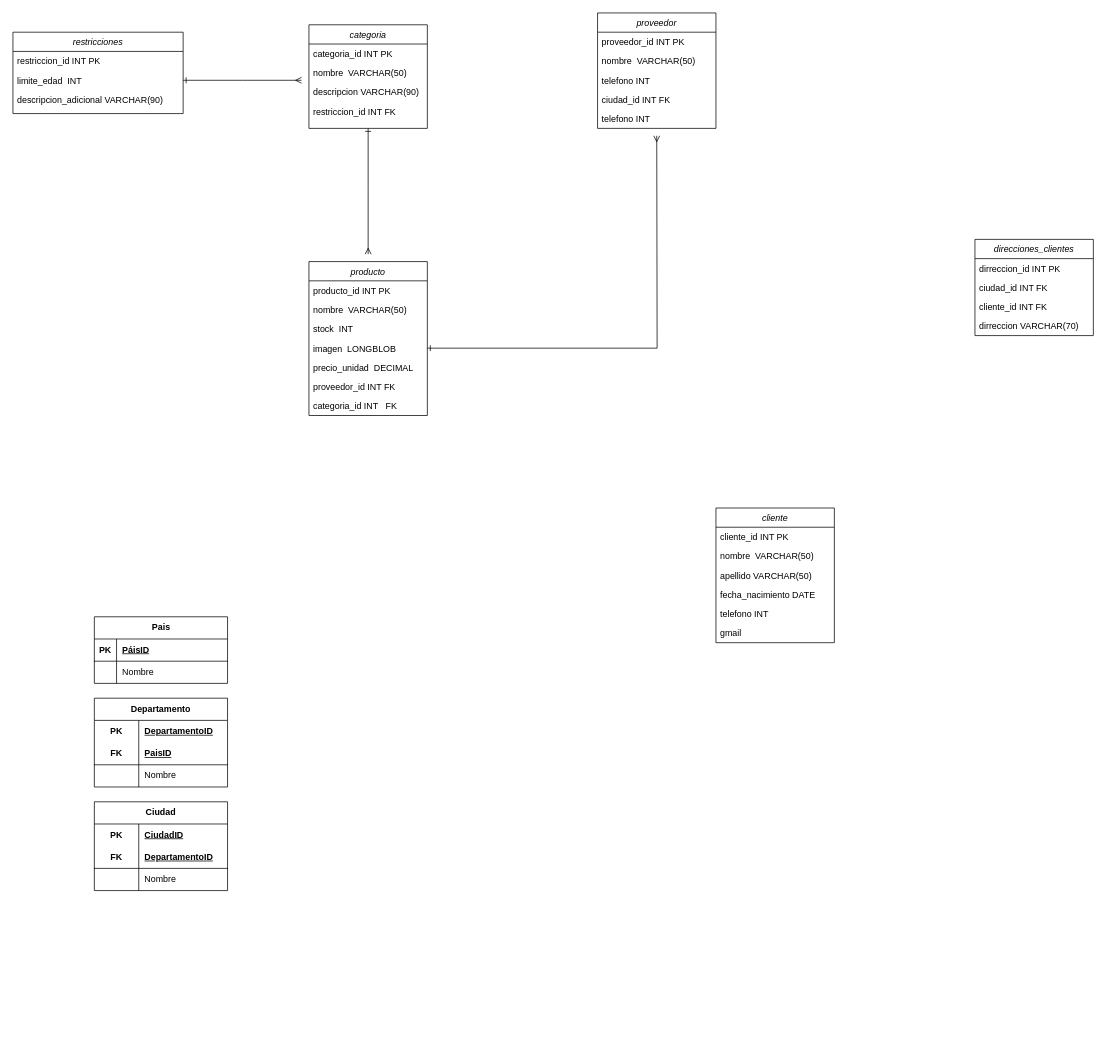
Angel-ISO/Diagramas keeps this draw.io diagram as DiagramaRelacional(proyecto final).drawio. Above is the earlier version. Source tidied: cells renumbered, new cells numbered last; positions are measured from the earlier drawing's top-left corner, leaving out a move shared by most shapes. Both pictures are drawn from the tidied source at 74%, with x=0, y=0 at pixel (13, 13).
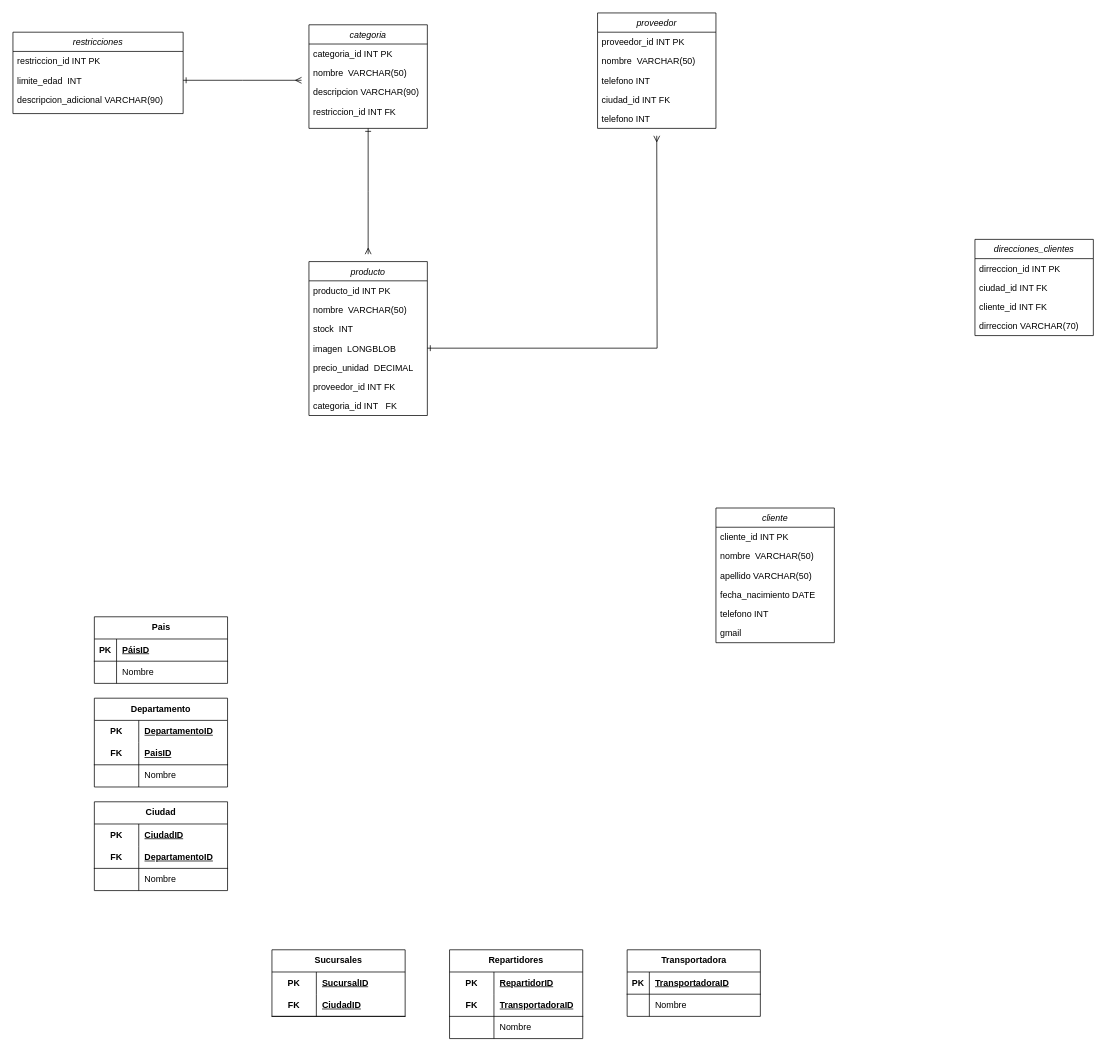
The same page after the edit.

Change to the diagram source:
```diff
@@
-    <mxCell id="35" value="direcciones_clientes" style="swimlane;fontStyle=2;align=center;verticalAlign=top;horizontal=1;startSize=26;rounded=0;shadow=0;strokeWidth=1;" parent="1" vertex="1">
-      <mxGeometry x="1300" y="306" width="160" height="130" as="geometry" />
-    </mxCell>
-    <mxCell id="36" value="dirreccion_id INT PK" style="text;align=left;verticalAlign=top;spacingLeft=4;spacingRight=4;overflow=hidden;" parent="35" vertex="1">
-      <mxGeometry y="26" width="160" height="26" as="geometry" />
-    </mxCell>
-    <mxCell id="37" value="ciudad_id INT FK" style="text;align=left;verticalAlign=top;spacingLeft=4;spacingRight=4;overflow=hidden;" parent="35" vertex="1">
-      <mxGeometry y="52" width="160" height="26" as="geometry" />
-    </mxCell>
-    <mxCell id="38" value="cliente_id INT FK" style="text;align=left;verticalAlign=top;spacingLeft=4;spacingRight=4;overflow=hidden;" parent="35" vertex="1">
-      <mxGeometry y="78" width="160" height="26" as="geometry" />
-    </mxCell>
-    <mxCell id="39" value="dirreccion VARCHAR(70)" style="text;align=left;verticalAlign=top;spacingLeft=4;spacingRight=4;overflow=hidden;" parent="35" vertex="1">
-      <mxGeometry y="104" width="160" height="26" as="geometry" />
-    </mxCell>
@@
+    <mxCell id="35" value="direcciones_clientes" style="swimlane;fontStyle=2;align=center;verticalAlign=top;horizontal=1;startSize=26;rounded=0;shadow=0;strokeWidth=1;" parent="1" vertex="1">
+      <mxGeometry x="1300" y="306" width="160" height="130" as="geometry" />
+    </mxCell>
+    <mxCell id="36" value="dirreccion_id INT PK" style="text;align=left;verticalAlign=top;spacingLeft=4;spacingRight=4;overflow=hidden;" parent="35" vertex="1">
+      <mxGeometry y="26" width="160" height="26" as="geometry" />
+    </mxCell>
+    <mxCell id="37" value="ciudad_id INT FK" style="text;align=left;verticalAlign=top;spacingLeft=4;spacingRight=4;overflow=hidden;" parent="35" vertex="1">
+      <mxGeometry y="52" width="160" height="26" as="geometry" />
+    </mxCell>
+    <mxCell id="38" value="cliente_id INT FK" style="text;align=left;verticalAlign=top;spacingLeft=4;spacingRight=4;overflow=hidden;" parent="35" vertex="1">
+      <mxGeometry y="78" width="160" height="26" as="geometry" />
+    </mxCell>
+    <mxCell id="39" value="dirreccion VARCHAR(70)" style="text;align=left;verticalAlign=top;spacingLeft=4;spacingRight=4;overflow=hidden;" parent="35" vertex="1">
+      <mxGeometry y="104" width="160" height="26" as="geometry" />
+    </mxCell>
@@
+    <mxCell id="67" value="Sucursales" style="shape=table;startSize=30;childLayout=tableLayout;rowLines=0;fontStyle=1;align=center;html=1;whiteSpace=wrap;" parent="1" vertex="1">
+      <mxGeometry x="350" y="1266" width="180" height="90" as="geometry" />
+    </mxCell>
+    <mxCell id="68" style="shape=tableRow;horizontal=0;startSize=0;swimlaneHead=0;swimlaneBody=0;fillColor=none;top=0;left=0;right=0;bottom=0;html=1;" parent="67" vertex="1">
+      <mxGeometry y="30" width="180" height="30" as="geometry" />
+    </mxCell>
+    <mxCell id="69" value="PK" style="shape=partialRectangle;fillColor=none;top=0;left=0;bottom=0;right=0;fontStyle=1;overflow=hidden;html=1;whiteSpace=wrap;" parent="68" vertex="1">
+      <mxGeometry width="60" height="30" as="geometry" />
+    </mxCell>
+    <mxCell id="70" value="SucursalID" style="shape=partialRectangle;fillColor=none;top=0;left=0;bottom=0;right=0;align=left;spacingLeft=6;fontStyle=5;overflow=hidden;html=1;whiteSpace=wrap;" parent="68" vertex="1">
+      <mxGeometry x="60" width="120" height="30" as="geometry" />
+    </mxCell>
+    <mxCell id="71" style="shape=tableRow;horizontal=0;startSize=0;swimlaneHead=0;swimlaneBody=0;fillColor=none;top=0;left=0;right=0;bottom=1;html=1;" parent="67" vertex="1">
+      <mxGeometry y="60" width="180" height="30" as="geometry" />
+    </mxCell>
+    <mxCell id="72" value="FK" style="shape=partialRectangle;fillColor=none;top=0;left=0;bottom=0;right=0;fontStyle=1;overflow=hidden;html=1;whiteSpace=wrap;" parent="71" vertex="1">
+      <mxGeometry width="60" height="30" as="geometry" />
+    </mxCell>
+    <mxCell id="73" value="CiudadID" style="shape=partialRectangle;fillColor=none;top=0;left=0;bottom=0;right=0;align=left;spacingLeft=6;fontStyle=5;overflow=hidden;html=1;whiteSpace=wrap;" parent="71" vertex="1">
+      <mxGeometry x="60" width="120" height="30" as="geometry" />
+    </mxCell>
+    <mxCell id="74" value="Repartidores" style="shape=table;startSize=30;childLayout=tableLayout;rowLines=0;fontStyle=1;align=center;html=1;whiteSpace=wrap;" parent="1" vertex="1">
+      <mxGeometry x="590" y="1266" width="180" height="120" as="geometry" />
+    </mxCell>
+    <mxCell id="75" style="shape=tableRow;horizontal=0;startSize=0;swimlaneHead=0;swimlaneBody=0;fillColor=none;top=0;left=0;right=0;bottom=0;html=1;" parent="74" vertex="1">
+      <mxGeometry y="30" width="180" height="30" as="geometry" />
+    </mxCell>
+    <mxCell id="76" value="PK" style="shape=partialRectangle;fillColor=none;top=0;left=0;bottom=0;right=0;fontStyle=1;overflow=hidden;html=1;whiteSpace=wrap;" parent="75" vertex="1">
+      <mxGeometry width="60" height="30" as="geometry" />
+    </mxCell>
+    <mxCell id="77" value="RepartidorID" style="shape=partialRectangle;fillColor=none;top=0;left=0;bottom=0;right=0;align=left;spacingLeft=6;fontStyle=5;overflow=hidden;html=1;whiteSpace=wrap;" parent="75" vertex="1">
+      <mxGeometry x="60" width="120" height="30" as="geometry" />
+    </mxCell>
+    <mxCell id="78" style="shape=tableRow;horizontal=0;startSize=0;swimlaneHead=0;swimlaneBody=0;fillColor=none;top=0;left=0;right=0;bottom=1;html=1;" parent="74" vertex="1">
+      <mxGeometry y="60" width="180" height="30" as="geometry" />
+    </mxCell>
+    <mxCell id="79" value="FK" style="shape=partialRectangle;fillColor=none;top=0;left=0;bottom=0;right=0;fontStyle=1;overflow=hidden;html=1;whiteSpace=wrap;" parent="78" vertex="1">
+      <mxGeometry width="60" height="30" as="geometry" />
+    </mxCell>
+    <mxCell id="80" value="TransportadoraID" style="shape=partialRectangle;fillColor=none;top=0;left=0;bottom=0;right=0;align=left;spacingLeft=6;fontStyle=5;overflow=hidden;html=1;whiteSpace=wrap;" parent="78" vertex="1">
+      <mxGeometry x="60" width="120" height="30" as="geometry" />
+    </mxCell>
+    <mxCell id="81" style="shape=tableRow;horizontal=0;startSize=0;swimlaneHead=0;swimlaneBody=0;fillColor=none;top=0;left=0;right=0;bottom=0;html=1;" parent="74" vertex="1">
+      <mxGeometry y="90" width="180" height="30" as="geometry" />
+    </mxCell>
+    <mxCell id="82" style="shape=partialRectangle;fillColor=none;top=0;left=0;bottom=0;right=0;overflow=hidden;html=1;whiteSpace=wrap;" parent="81" vertex="1">
+      <mxGeometry width="60" height="30" as="geometry" />
+    </mxCell>
+    <mxCell id="83" value="Nombre" style="shape=partialRectangle;fillColor=none;top=0;left=0;bottom=0;right=0;align=left;spacingLeft=6;overflow=hidden;html=1;whiteSpace=wrap;" parent="81" vertex="1">
+      <mxGeometry x="60" width="120" height="30" as="geometry" />
+    </mxCell>
+    <mxCell id="84" value="Transportadora" style="shape=table;startSize=30;childLayout=tableLayout;rowLines=0;fontStyle=1;align=center;html=1;" parent="1" vertex="1">
+      <mxGeometry x="830" y="1266" width="180" height="90" as="geometry" />
+    </mxCell>
+    <mxCell id="85" style="shape=tableRow;horizontal=0;startSize=0;swimlaneHead=0;swimlaneBody=0;fillColor=none;top=0;left=0;right=0;bottom=1;" parent="84" vertex="1">
+      <mxGeometry y="30" width="180" height="30" as="geometry" />
+    </mxCell>
+    <mxCell id="86" value="PK" style="shape=partialRectangle;fillColor=none;top=0;left=0;bottom=0;right=0;fontStyle=1;overflow=hidden;whiteSpace=wrap;html=1;" parent="85" vertex="1">
+      <mxGeometry width="30" height="30" as="geometry" />
+    </mxCell>
+    <mxCell id="87" value="TransportadoraID" style="shape=partialRectangle;fillColor=none;top=0;left=0;bottom=0;right=0;align=left;spacingLeft=6;fontStyle=5;overflow=hidden;whiteSpace=wrap;html=1;" parent="85" vertex="1">
+      <mxGeometry x="30" width="150" height="30" as="geometry" />
+    </mxCell>
+    <mxCell id="88" style="shape=tableRow;horizontal=0;startSize=0;swimlaneHead=0;swimlaneBody=0;fillColor=none;top=0;left=0;right=0;bottom=0;" parent="84" vertex="1">
+      <mxGeometry y="60" width="180" height="30" as="geometry" />
+    </mxCell>
+    <mxCell id="89" style="shape=partialRectangle;fillColor=none;top=0;left=0;bottom=0;right=0;overflow=hidden;whiteSpace=wrap;html=1;" parent="88" vertex="1">
+      <mxGeometry width="30" height="30" as="geometry" />
+    </mxCell>
+    <mxCell id="90" value="Nombre" style="shape=partialRectangle;fillColor=none;top=0;left=0;bottom=0;right=0;align=left;spacingLeft=6;overflow=hidden;whiteSpace=wrap;html=1;" parent="88" vertex="1">
+      <mxGeometry x="30" width="150" height="30" as="geometry" />
+    </mxCell>
```
